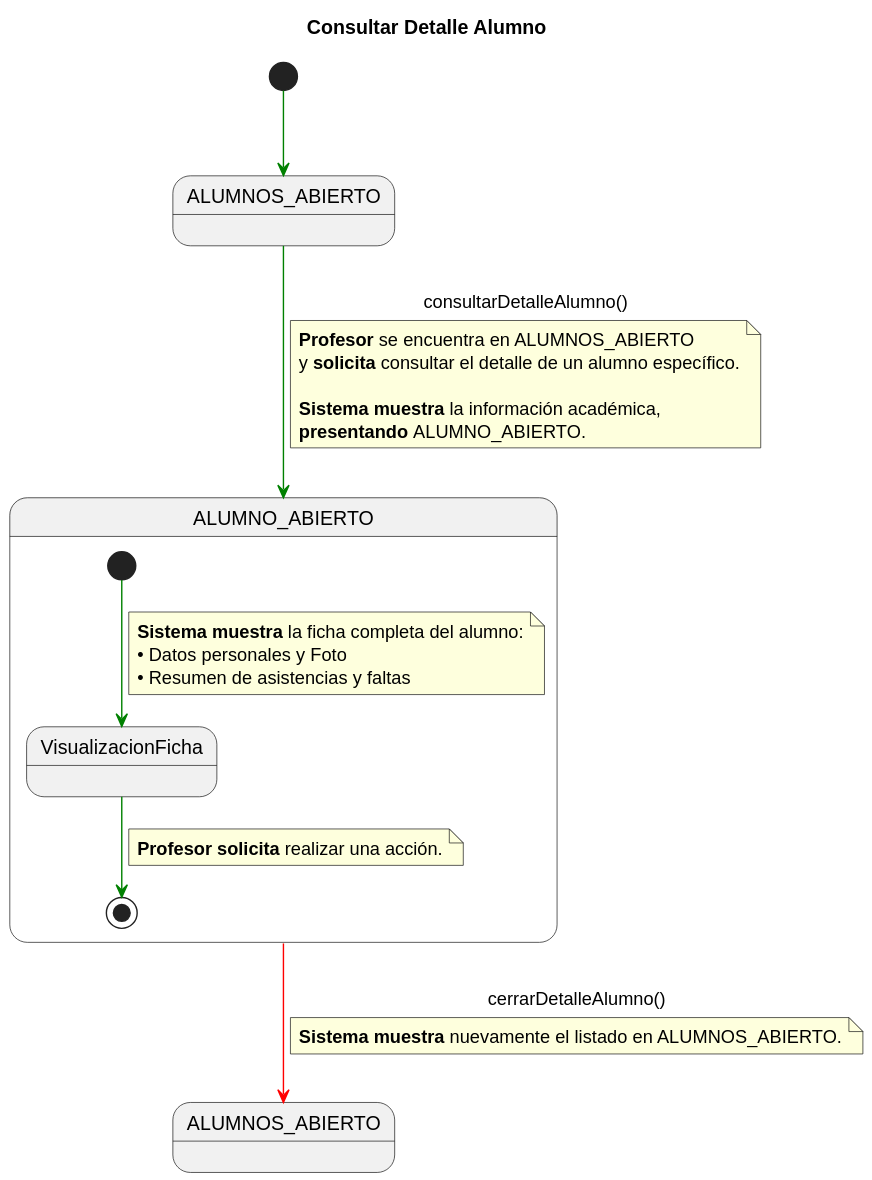
Earlier version of the PlantUML export documents/requisitado/02-detalle/Profesor/consultarDetalleAlumno.svg (jerdier/25-26-idsw2-sdVC). Source of this version:
```plantuml
@startuml
title Consultar Detalle Alumno
skinparam linetype polyline

state ALUMNOS_ABIERTO_INICIAL as "ALUMNOS_ABIERTO"
state ALUMNOS_ABIERTO_FINAL as "ALUMNOS_ABIERTO"
state ALUMNO_ABIERTO_COMP     as "ALUMNO_ABIERTO"

[*] -[#green]-> ALUMNOS_ABIERTO_INICIAL

ALUMNOS_ABIERTO_INICIAL -[#green]-> ALUMNO_ABIERTO_COMP : consultarDetalleAlumno()
note on link
<b>Profesor</b> se encuentra en ALUMNOS_ABIERTO
y <b>solicita</b> consultar el detalle de un alumno específico.

<b>Sistema muestra</b> la información académica,
<b>presentando</b> ALUMNO_ABIERTO.
end note

state ALUMNO_ABIERTO_COMP as "ALUMNO_ABIERTO" {

    state VisualizacionFicha

    [*] -[#green]-> VisualizacionFicha
    note on link
    <b>Sistema muestra</b> la ficha completa del alumno:
    • Datos personales y Foto
    • Resumen de asistencias y faltas
    end note

    VisualizacionFicha -[#green]-> [*]
    note on link
    <b>Profesor solicita</b> realizar una acción.
    end note

}

ALUMNO_ABIERTO_COMP -[#red]-> ALUMNOS_ABIERTO_FINAL : cerrarDetalleAlumno()
note on link
<b>Sistema muestra</b> nuevamente el listado en ALUMNOS_ABIERTO.
end note
@enduml
```
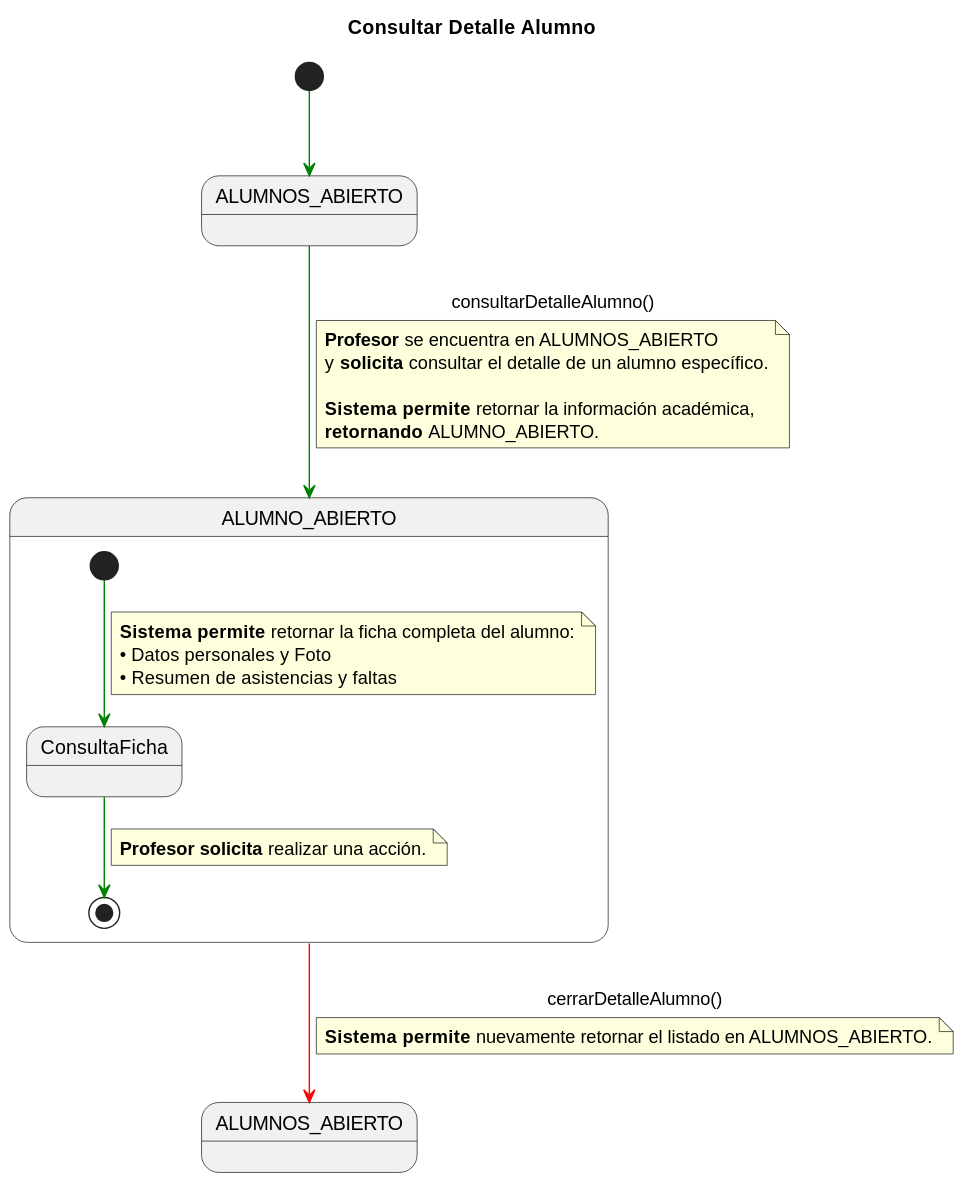
After the change.

The edit, as a diff of the source:
```diff
@@ -13,22 +13,22 @@
 <b>Profesor</b> se encuentra en ALUMNOS_ABIERTO
 y <b>solicita</b> consultar el detalle de un alumno específico.
 
-<b>Sistema muestra</b> la información académica,
-<b>presentando</b> ALUMNO_ABIERTO.
+<b>Sistema permite</b> retornar la información académica,
+<b>retornando</b> ALUMNO_ABIERTO.
 end note
 
 state ALUMNO_ABIERTO_COMP as "ALUMNO_ABIERTO" {
 
-    state VisualizacionFicha
+    state ConsultaFicha
 
-    [*] -[#green]-> VisualizacionFicha
+    [*] -[#green]-> ConsultaFicha
     note on link
-    <b>Sistema muestra</b> la ficha completa del alumno:
+    <b>Sistema permite</b> retornar la ficha completa del alumno:
     • Datos personales y Foto
     • Resumen de asistencias y faltas
     end note
 
-    VisualizacionFicha -[#green]-> [*]
+    ConsultaFicha -[#green]-> [*]
     note on link
     <b>Profesor solicita</b> realizar una acción.
     end note
@@ -37,6 +37,6 @@
 
 ALUMNO_ABIERTO_COMP -[#red]-> ALUMNOS_ABIERTO_FINAL : cerrarDetalleAlumno()
 note on link
-<b>Sistema muestra</b> nuevamente el listado en ALUMNOS_ABIERTO.
+<b>Sistema permite</b> nuevamente retornar el listado en ALUMNOS_ABIERTO.
 end note
 @enduml
```
